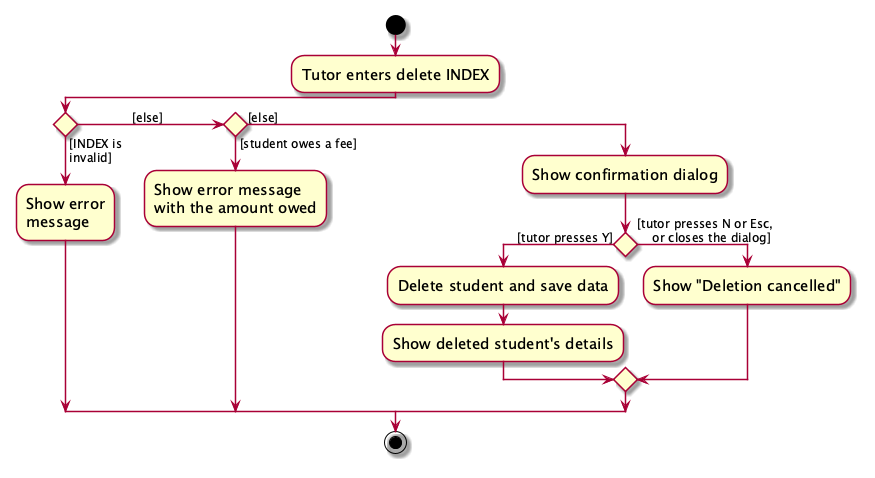
Above: docs/images/DeleteConfirmationActivityDiagram.png in AY2627S1-CS2103T-F09-2a/tp (PlantUML), before the change. The source it was exported from:
```plantuml
@startuml
skin rose
skinparam ActivityFontSize 15
skinparam ArrowFontSize 12
start
:Tutor enters delete INDEX;


if () then ([INDEX is
invalid])
    :Show error
    message;
([else]                ) elseif () then ([student owes a fee])
    :Show error message
    with the amount owed;
else ([else])
    :Show confirmation dialog;
    if () then ([tutor presses Y])
        :Delete student and save data;
        :Show deleted student's details;
    else ([tutor presses N or Esc,
    or closes the dialog])
        :Show "Deletion cancelled";
    endif
endif
stop
@enduml
```
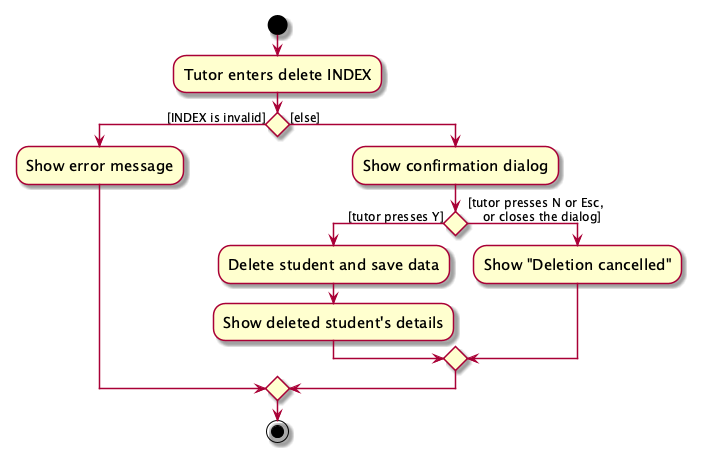
The same diagram one commit later.

Diff of the diagram source:
```diff
@@ -6,13 +6,8 @@
 :Tutor enters delete INDEX;
 
 
-if () then ([INDEX is
-invalid])
-    :Show error
-    message;
-([else]                ) elseif () then ([student owes a fee])
-    :Show error message
-    with the amount owed;
+if () then ([INDEX is invalid])
+    :Show error message;
 else ([else])
     :Show confirmation dialog;
     if () then ([tutor presses Y])
```
